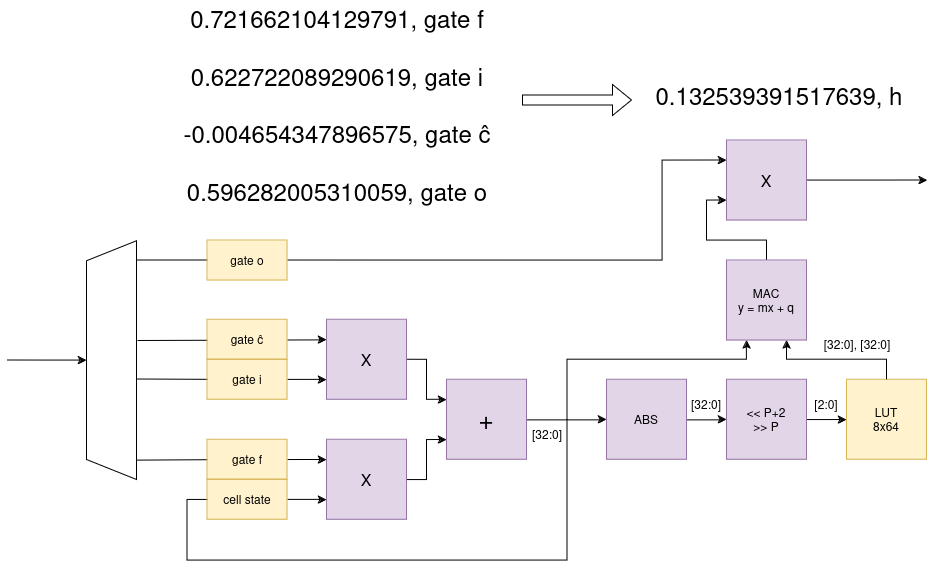
Earlier version of the draw.io export slides/images/LSTMU.drawio.png (AlessandroVaraldi/LSTM_ACCELERATOR). Source tidied: cells renumbered, new cells last; positions are measured from the earlier drawing's top-left corner, leaving out a move shared by most shapes.
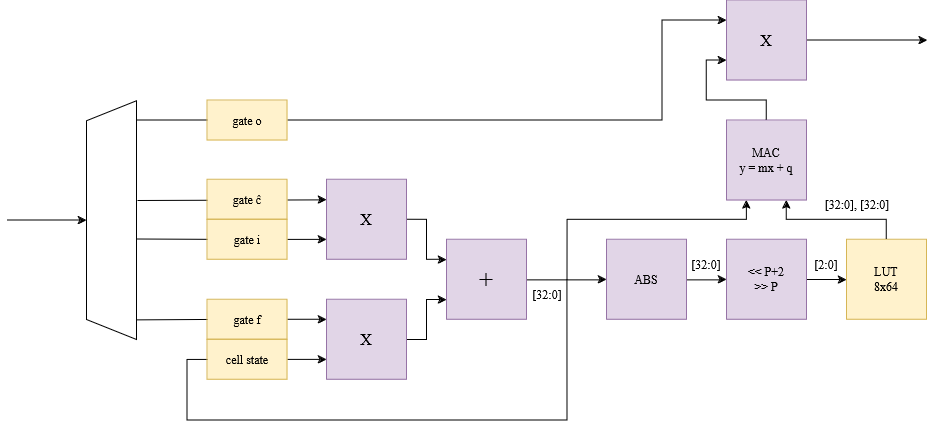
After the change.

Change to the diagram source:
```diff
@@ -139,17 +139,5 @@
     <mxCell id="34" value="cell state" style="rounded=0;whiteSpace=wrap;html=1;fillColor=#fff2cc;strokeColor=#d6b656;" parent="1" vertex="1">
       <mxGeometry x="215" y="479.4" width="80" height="40" as="geometry" />
     </mxCell>
-    <mxCell id="35" value="&lt;div&gt;&lt;font style=&quot;font-size: 24px;&quot;&gt;0.721662104129791, gate f&lt;br&gt;&lt;/font&gt;&lt;/div&gt;&lt;div&gt;&lt;font style=&quot;font-size: 24px;&quot;&gt;&lt;br&gt;&lt;/font&gt;&lt;/div&gt;&lt;div&gt;&lt;font style=&quot;font-size: 24px;&quot;&gt;0.622722089290619, gate i&lt;br&gt;&lt;/font&gt;&lt;/div&gt;&lt;div&gt;&lt;font style=&quot;font-size: 24px;&quot;&gt;&lt;br&gt;&lt;/font&gt;&lt;/div&gt;&lt;div&gt;&lt;font style=&quot;font-size: 24px;&quot;&gt;-0.004654347896575, gate &lt;/font&gt;&lt;span&gt;&lt;font style=&quot;font-size: 24px;&quot;&gt;ĉ&lt;/font&gt;&lt;/span&gt;&lt;/div&gt;&lt;div&gt;&lt;font style=&quot;font-size: 24px;&quot;&gt;&lt;br&gt;&lt;/font&gt;&lt;/div&gt;&lt;div&gt;&lt;font style=&quot;font-size: 24px;&quot;&gt;0.596282005310059, gate o&lt;br&gt;&lt;/font&gt;&lt;/div&gt;" style="text;html=1;align=center;verticalAlign=middle;whiteSpace=wrap;rounded=0;" parent="1" vertex="1">
-      <mxGeometry x="180" width="330" height="210" as="geometry" />
-    </mxCell>
-    <mxCell id="36" value="&lt;font style=&quot;font-size: 24px;&quot;&gt;0.132539391517639, h&lt;br&gt;&lt;/font&gt;" style="text;html=1;align=center;verticalAlign=middle;whiteSpace=wrap;rounded=0;" parent="1" vertex="1">
-      <mxGeometry x="638.8" y="80" width="295.6" height="30" as="geometry" />
-    </mxCell>
-    <mxCell id="37" style="shape=flexArrow;endArrow=classic;html=1;rounded=0;" parent="1" edge="1">
-      <mxGeometry relative="1" as="geometry">
-        <mxPoint x="530" y="100" as="sourcePoint" />
-        <mxPoint x="640" y="100" as="targetPoint" />
-      </mxGeometry>
-    </mxCell>
   </root>
 </mxGraphModel>
```
